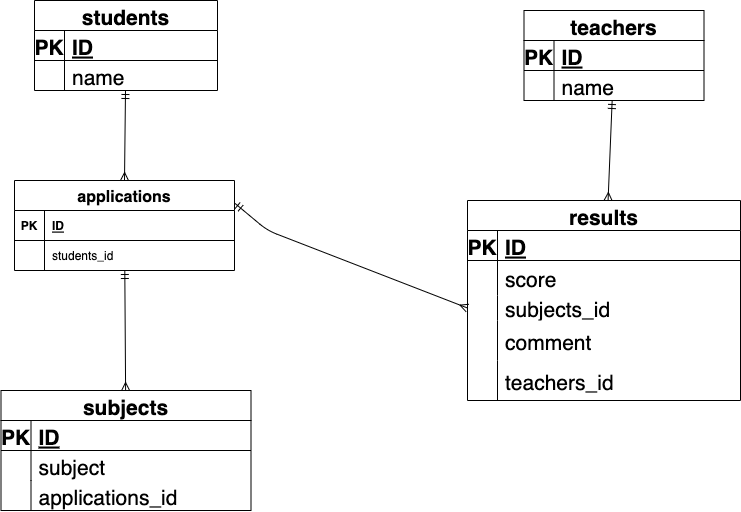
The draw.io diagram index.drawio.png in kotasuke55/0526, before a commit. Source tidied: cells renumbered, new cells last; positions are measured from the earlier drawing's top-left corner, leaving out a move shared by most shapes.
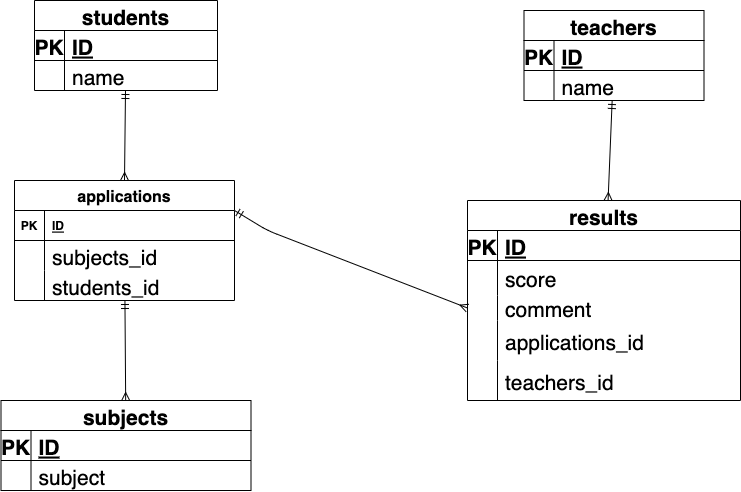
Above is the later version.

The edit, as a diff of the source:
```diff
@@ -77,7 +77,7 @@
     <mxCell id="26" style="shape=partialRectangle;fillColor=none;top=0;left=0;bottom=0;right=0;overflow=hidden;shadow=0;fontSize=21;" parent="25" vertex="1">
       <mxGeometry width="30" height="25" as="geometry" />
     </mxCell>
-    <mxCell id="27" value="subjects_id" style="shape=partialRectangle;fillColor=none;top=0;left=0;bottom=0;right=0;align=left;spacingLeft=6;overflow=hidden;shadow=0;fontSize=21;" parent="25" vertex="1">
+    <mxCell id="27" value="comment" style="shape=partialRectangle;fillColor=none;top=0;left=0;bottom=0;right=0;align=left;spacingLeft=6;overflow=hidden;shadow=0;fontSize=21;" parent="25" vertex="1">
       <mxGeometry x="30" width="243" height="25" as="geometry" />
     </mxCell>
     <mxCell id="28" style="shape=partialRectangle;fillColor=none;top=0;left=0;bottom=0;right=0;fontSize=16;" parent="18" vertex="1">
@@ -86,7 +86,7 @@
     <mxCell id="29" style="shape=partialRectangle;fillColor=none;top=0;left=0;bottom=0;right=0;overflow=hidden;fontSize=16;" parent="28" vertex="1">
       <mxGeometry width="30" height="40" as="geometry" />
     </mxCell>
-    <mxCell id="30" value="comment" style="shape=partialRectangle;fillColor=none;top=0;left=0;bottom=0;right=0;align=left;spacingLeft=6;overflow=hidden;fontSize=21;" parent="28" vertex="1">
+    <mxCell id="30" value="applications_id" style="shape=partialRectangle;fillColor=none;top=0;left=0;bottom=0;right=0;align=left;spacingLeft=6;overflow=hidden;fontSize=21;" parent="28" vertex="1">
       <mxGeometry x="30" width="243" height="40" as="geometry" />
     </mxCell>
     <mxCell id="31" style="shape=partialRectangle;fillColor=none;top=0;left=0;bottom=0;right=0;fontSize=16;" parent="18" vertex="1">
@@ -102,7 +102,7 @@
       <mxGeometry relative="1" as="geometry" />
     </mxCell>
     <mxCell id="35" value="applications" style="shape=table;startSize=30;rowLines=0;fontStyle=1;align=center;fontSize=16;" parent="1" vertex="1">
-      <mxGeometry x="13" y="180" width="220" height="90" as="geometry" />
+      <mxGeometry x="13" y="180" width="220" height="120" as="geometry" />
     </mxCell>
     <mxCell id="36" style="shape=partialRectangle;fillColor=none;top=0;left=0;bottom=1;right=0;" parent="35" vertex="1">
       <mxGeometry y="30" width="220" height="30" as="geometry" />
@@ -113,13 +113,22 @@
     <mxCell id="38" value="ID" style="shape=partialRectangle;fillColor=none;top=0;left=0;bottom=0;right=0;align=left;spacingLeft=6;fontStyle=5;overflow=hidden;" parent="36" vertex="1">
       <mxGeometry x="30" width="190" height="30" as="geometry" />
     </mxCell>
+    <mxCell id="53" style="shape=partialRectangle;fillColor=none;top=0;left=0;bottom=0;right=0;fontSize=21;" parent="35" vertex="1">
+      <mxGeometry y="60" width="220" height="30" as="geometry" />
+    </mxCell>
+    <mxCell id="51" style="shape=partialRectangle;fillColor=none;top=0;left=0;bottom=0;right=0;overflow=hidden;fontSize=21;" parent="53" vertex="1">
+      <mxGeometry width="30" height="30" as="geometry" />
+    </mxCell>
+    <mxCell id="54" value="subjects_id" style="shape=partialRectangle;fillColor=none;top=0;left=0;bottom=0;right=0;align=left;spacingLeft=6;overflow=hidden;fontSize=21;" parent="53" vertex="1">
+      <mxGeometry x="30" width="190" height="30" as="geometry" />
+    </mxCell>
     <mxCell id="39" style="shape=partialRectangle;fillColor=none;top=0;left=0;bottom=0;right=0;" parent="35" vertex="1">
-      <mxGeometry y="60" width="220" height="30" as="geometry" />
+      <mxGeometry y="90" width="220" height="30" as="geometry" />
     </mxCell>
     <mxCell id="40" style="shape=partialRectangle;fillColor=none;top=0;left=0;bottom=0;right=0;overflow=hidden;" parent="39" vertex="1">
       <mxGeometry width="30" height="30" as="geometry" />
     </mxCell>
-    <mxCell id="41" value="students_id" style="shape=partialRectangle;fillColor=none;top=0;left=0;bottom=0;right=0;align=left;spacingLeft=6;overflow=hidden;" parent="39" vertex="1">
+    <mxCell id="41" value="students_id" style="shape=partialRectangle;fillColor=none;top=0;left=0;bottom=0;right=0;align=left;spacingLeft=6;overflow=hidden;fontSize=21;" parent="39" vertex="1">
       <mxGeometry x="30" width="190" height="30" as="geometry" />
     </mxCell>
     <mxCell id="42" style="edgeStyle=none;html=1;entryX=0;entryY=0.5;entryDx=0;entryDy=0;fontSize=21;startArrow=ERmandOne;startFill=0;endArrow=ERmany;endFill=0;exitX=1;exitY=0.25;exitDx=0;exitDy=0;" parent="1" edge="1" source="35" target="25">
@@ -130,7 +139,7 @@
       </mxGeometry>
     </mxCell>
     <mxCell id="43" value="subjects" style="shape=table;startSize=30;rowLines=0;fontStyle=1;align=center;fontSize=21;" parent="1" vertex="1">
-      <mxGeometry x="-0.5" y="390" width="250" height="120" as="geometry" />
+      <mxGeometry x="-0.5" y="400" width="250" height="90" as="geometry" />
     </mxCell>
     <mxCell id="44" style="shape=partialRectangle;fillColor=none;top=0;left=0;bottom=1;right=0;fontSize=21;" parent="43" vertex="1">
       <mxGeometry y="30" width="250" height="30" as="geometry" />
@@ -150,14 +159,5 @@
     <mxCell id="49" value="subject" style="shape=partialRectangle;fillColor=none;top=0;left=0;bottom=0;right=0;align=left;spacingLeft=6;overflow=hidden;fontSize=21;" parent="47" vertex="1">
       <mxGeometry x="30" width="220" height="30" as="geometry" />
     </mxCell>
-    <mxCell id="50" style="shape=partialRectangle;fillColor=none;top=0;left=0;bottom=0;right=0;fontSize=21;" parent="43" vertex="1">
-      <mxGeometry y="90" width="250" height="30" as="geometry" />
-    </mxCell>
-    <mxCell id="51" style="shape=partialRectangle;fillColor=none;top=0;left=0;bottom=0;right=0;overflow=hidden;fontSize=21;" parent="50" vertex="1">
-      <mxGeometry width="30" height="30" as="geometry" />
-    </mxCell>
-    <mxCell id="52" value="applications_id" style="shape=partialRectangle;fillColor=none;top=0;left=0;bottom=0;right=0;align=left;spacingLeft=6;overflow=hidden;fontSize=21;" parent="50" vertex="1">
-      <mxGeometry x="30" width="220" height="30" as="geometry" />
-    </mxCell>
   </root>
 </mxGraphModel>
```
